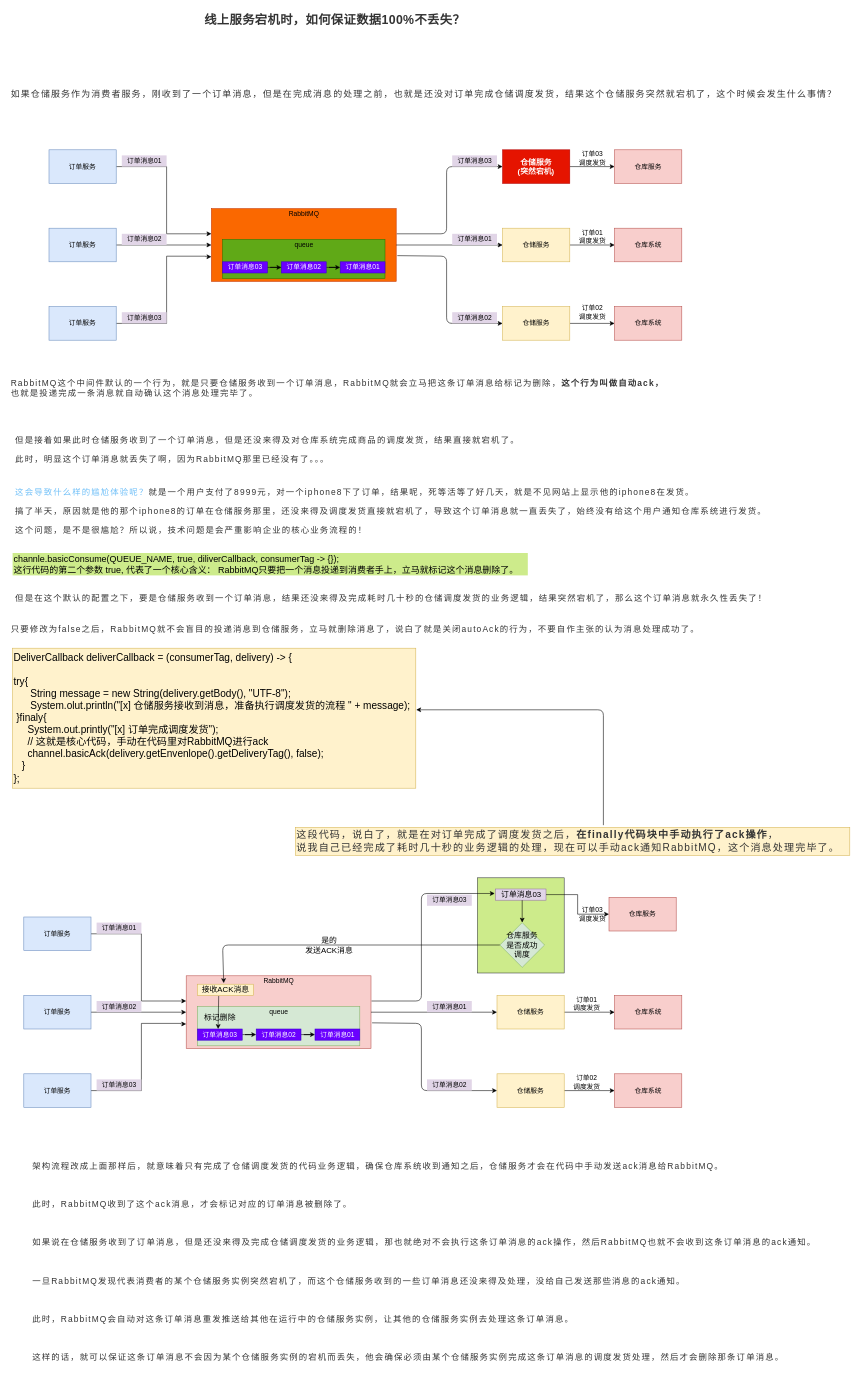
Before: page "RabbitMQ" (8 of 8) of CI/CI/moeed.drawio in liudongdong0909/draw, a draw.io diagram. Source tidied: cells renumbered, new cells numbered last; positions are measured from the earlier drawing's top-left corner, leaving out a move shared by most shapes. Both pictures are drawn from the tidied source at 56%, with x=0, y=0 at pixel (10, 10).
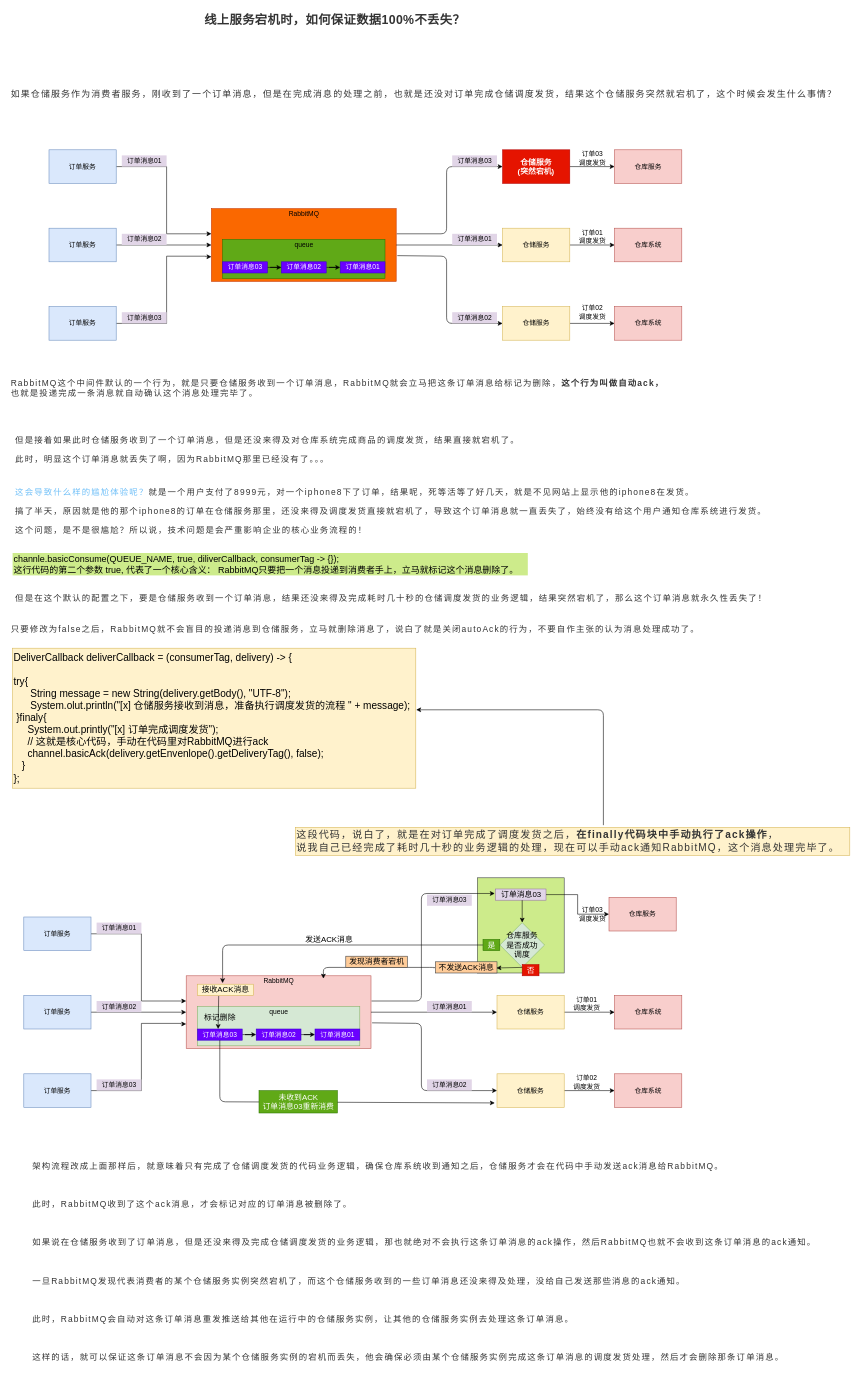
Above is the later version.

The change refers to these unchanged cells:
```xml
<mxCell id="60" value="仓储服务" style="whiteSpace=wrap;html=1;fillColor=#fff2cc;strokeColor=#d6b656;" parent="1" vertex="1">
  <mxGeometry x="870" y="1900" width="120" height="60" as="geometry" />
</mxCell>
<mxCell id="74" value="订单消息03" style="text;html=1;align=center;verticalAlign=middle;points=[];fillColor=#6a00ff;strokeColor=#3700CC;fontColor=#ffffff;" parent="1" vertex="1">
  <mxGeometry x="335" y="1820" width="80" height="20" as="geometry" />
</mxCell>
<mxCell id="85" value="仓库服务&lt;br&gt;是否成功&lt;br&gt;调度" style="rhombus;whiteSpace=wrap;html=1;fillColor=#d5e8d4;fontSize=14;align=center;strokeColor=#82b366;" parent="1" vertex="1">
  <mxGeometry x="875" y="1630" width="80" height="80" as="geometry" />
</mxCell>
<mxCell id="89" value="接收ACK消息" style="text;html=1;align=center;verticalAlign=middle;points=[];fontSize=14;fillColor=#fff2cc;strokeColor=#d6b656;" parent="1" vertex="1">
  <mxGeometry x="335" y="1740" width="100" height="20" as="geometry" />
</mxCell>
```

What changed in the source:
```diff
@@
-    <mxCell id="88" style="endArrow=classic;html=1;fontSize=14;entryX=0.47;entryY=-0.1;entryDx=0;entryDy=0;entryPerimeter=0;exitX=0;exitY=0.5;exitDx=0;exitDy=0;" parent="1" edge="1" source="85" target="89">
+    <mxCell id="88" style="endArrow=classic;html=1;fontSize=14;exitX=0;exitY=0.5;exitDx=0;exitDy=0;" parent="1" edge="1" source="85">
       <mxGeometry relative="1" as="geometry">
+        <mxPoint x="380" y="1738" as="targetPoint" />
         <Array as="points">
           <mxPoint x="380" y="1670" />
         </Array>
       </mxGeometry>
     </mxCell>
@@
-    <mxCell id="90" value="是的&lt;br&gt;发送ACK消息" style="text;html=1;align=center;verticalAlign=middle;fontSize=14;" parent="1" vertex="1">
-      <mxGeometry x="520" y="1650" width="100" height="40" as="geometry" />
+    <mxCell id="90" value="发送ACK消息" style="text;html=1;align=center;verticalAlign=middle;fontSize=14;" parent="1" vertex="1">
+      <mxGeometry x="520" y="1650" width="100" height="20" as="geometry" />
     </mxCell>
@@
+    <mxCell id="94" style="endArrow=classic;html=1;fontSize=14;exitX=-0.027;exitY=0.55;exitDx=0;exitDy=0;exitPerimeter=0;" parent="1" edge="1" source="97">
+      <mxGeometry relative="1" as="geometry">
+        <mxPoint x="560" y="1730" as="targetPoint" />
+        <Array as="points">
+          <mxPoint x="760" y="1710" />
+          <mxPoint x="560" y="1710" />
+        </Array>
+      </mxGeometry>
+    </mxCell>
+    <mxCell id="95" value="否" style="text;html=1;align=center;verticalAlign=middle;fontSize=14;fillColor=#e51400;strokeColor=#B20000;fontColor=#ffffff;" parent="1" vertex="1">
+      <mxGeometry x="915" y="1705" width="30" height="20" as="geometry" />
+    </mxCell>
+    <mxCell id="96" value="是" style="text;html=1;align=center;verticalAlign=middle;fontSize=14;fillColor=#60a917;strokeColor=#2D7600;fontColor=#ffffff;" parent="1" vertex="1">
+      <mxGeometry x="845" y="1660" width="30" height="20" as="geometry" />
+    </mxCell>
+    <mxCell id="97" value="不发送ACK消息" style="text;html=1;align=center;verticalAlign=middle;points=[];fontSize=14;fillColor=#ffcc99;strokeColor=#36393d;" parent="1" vertex="1">
+      <mxGeometry x="760" y="1700" width="110" height="20" as="geometry" />
+    </mxCell>
+    <mxCell id="98" style="endArrow=classic;html=1;fontSize=14;exitX=0.5;exitY=1;exitDx=0;exitDy=0;entryX=0.991;entryY=0.55;entryDx=0;entryDy=0;entryPerimeter=0;" parent="1" edge="1" source="85" target="97">
+      <mxGeometry relative="1" as="geometry" />
+    </mxCell>
+    <mxCell id="99" value="发现消费者宕机" style="text;html=1;align=center;verticalAlign=middle;fontSize=14;fillColor=#ffcc99;strokeColor=#36393d;" parent="1" vertex="1">
+      <mxGeometry x="600" y="1690" width="110" height="20" as="geometry" />
+    </mxCell>
+    <mxCell id="100" style="endArrow=classic;html=1;fontSize=14;entryX=-0.033;entryY=0.867;entryDx=0;entryDy=0;entryPerimeter=0;" parent="1" edge="1" source="74" target="60">
+      <mxGeometry relative="1" as="geometry">
+        <Array as="points">
+          <mxPoint x="375" y="1950" />
+        </Array>
+      </mxGeometry>
+    </mxCell>
+    <mxCell id="101" value="未收到ACK&lt;br&gt;订单消息03重新消费" style="text;html=1;align=center;verticalAlign=middle;fontSize=14;fillColor=#60a917;strokeColor=#2D7600;fontColor=#ffffff;" parent="1" vertex="1">
+      <mxGeometry x="445" y="1930" width="140" height="40" as="geometry" />
+    </mxCell>
```
